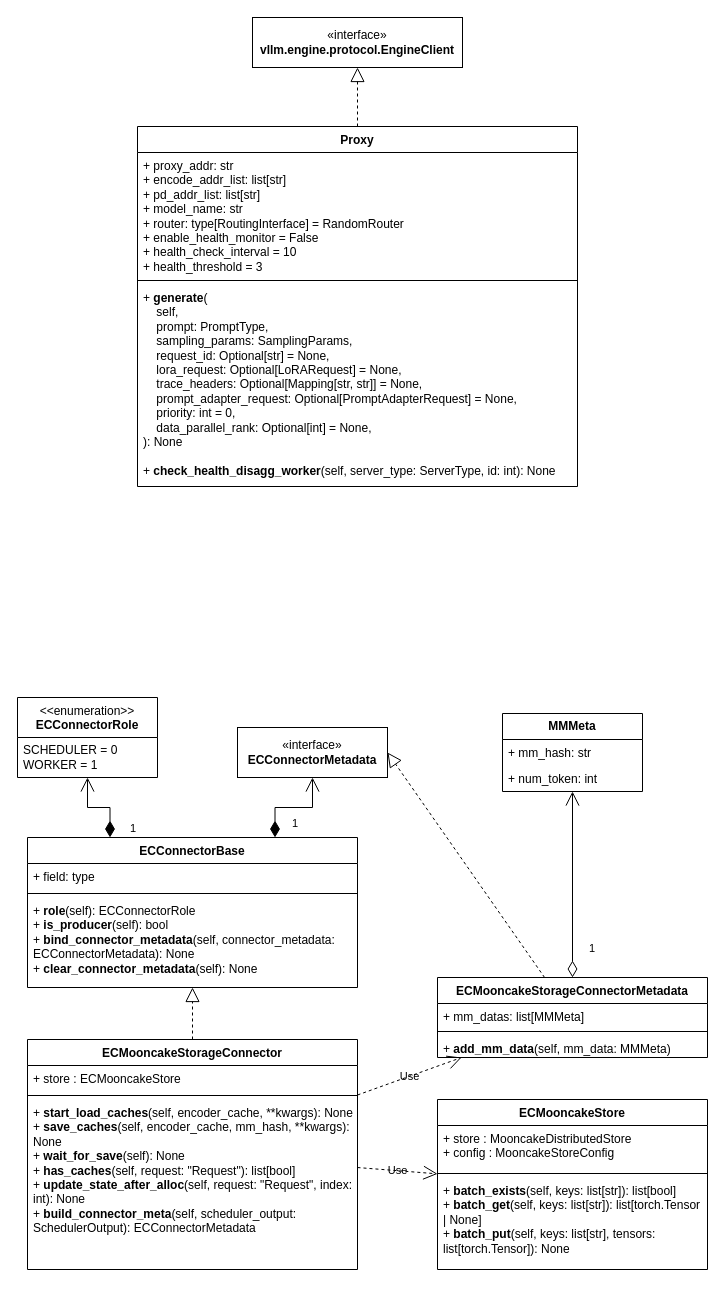
The draw.io diagram EPD_Design_UML.drawio in wuhang2014/design_docs, before the edit. Source tidied: cells renumbered, new cells numbered last; positions are measured from the earlier drawing's top-left corner, leaving out a move shared by most shapes. Both pictures are drawn from the tidied source at 100%, with x=0, y=0 at pixel (17, 17).
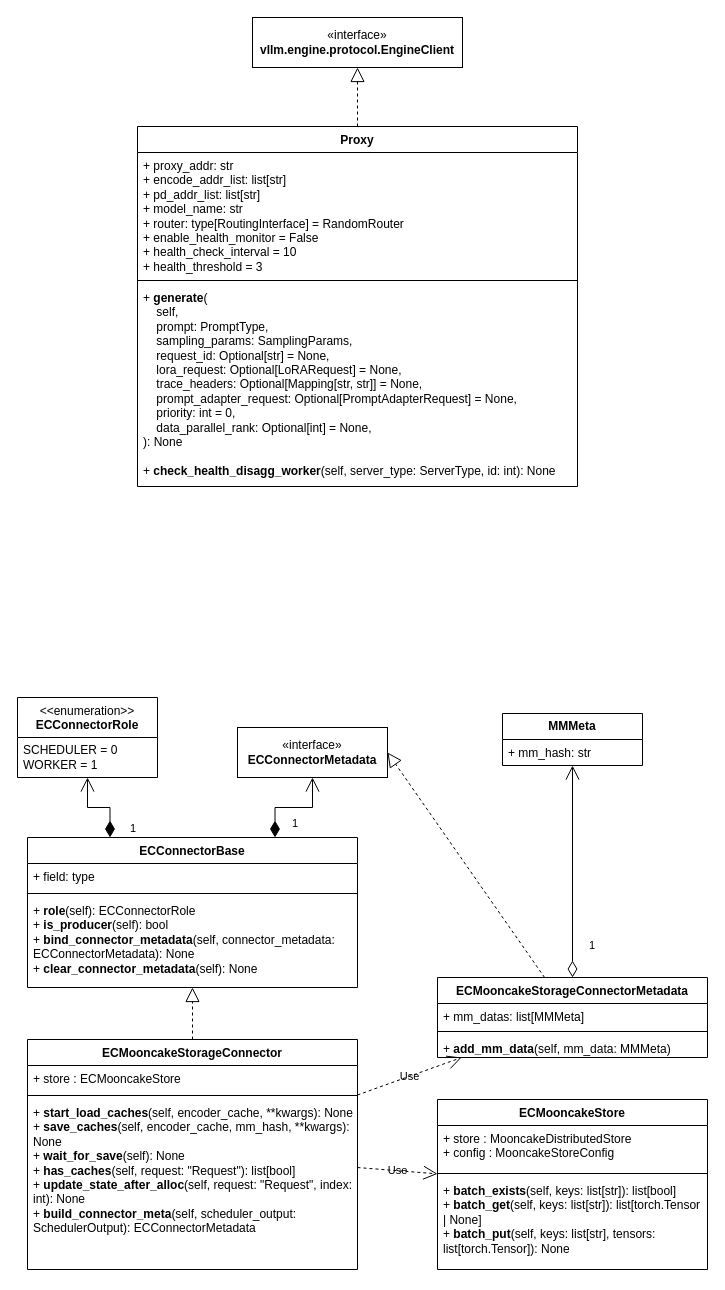
The same page after the edit.

Diff of the diagram source:
```diff
@@
     <mxCell id="33" value="&lt;b&gt;MMMeta&lt;/b&gt;" style="swimlane;fontStyle=0;horizontal=1;startSize=26;fillColor=none;whiteSpace=wrap;html=1;" parent="1" vertex="1">
-      <mxGeometry x="485" y="696" width="140" height="78" as="geometry" />
+      <mxGeometry x="485" y="696" width="140" height="52" as="geometry" />
     </mxCell>
@@
-    <mxCell id="35" value="+ num_token: int" style="text;strokeColor=none;fillColor=none;align=left;verticalAlign=top;spacingLeft=4;spacingRight=4;overflow=hidden;whiteSpace=wrap;html=1;" parent="33" vertex="1">
-      <mxGeometry y="52" width="140" height="26" as="geometry" />
-    </mxCell>
```
